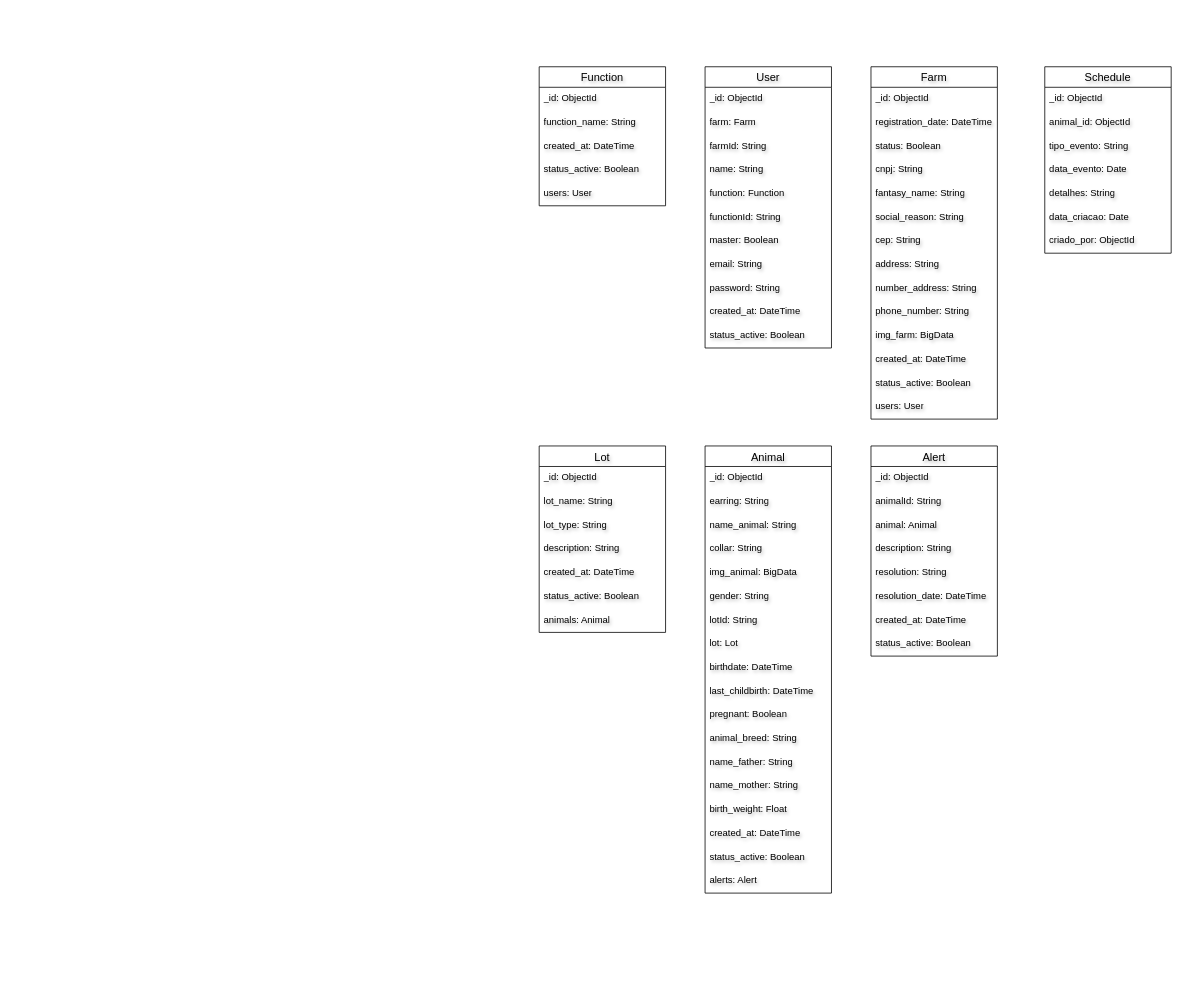
The draw.io diagram docs/NoAM.drawio in FatecFranca/DSM-G05-PI3-2024-2, before the edit. Source tidied: cells renumbered, new cells numbered last; positions are measured from the earlier drawing's top-left corner, leaving out a move shared by most shapes. Both pictures are drawn from the tidied source at 79%, with x=0, y=0 at pixel (539, 66).
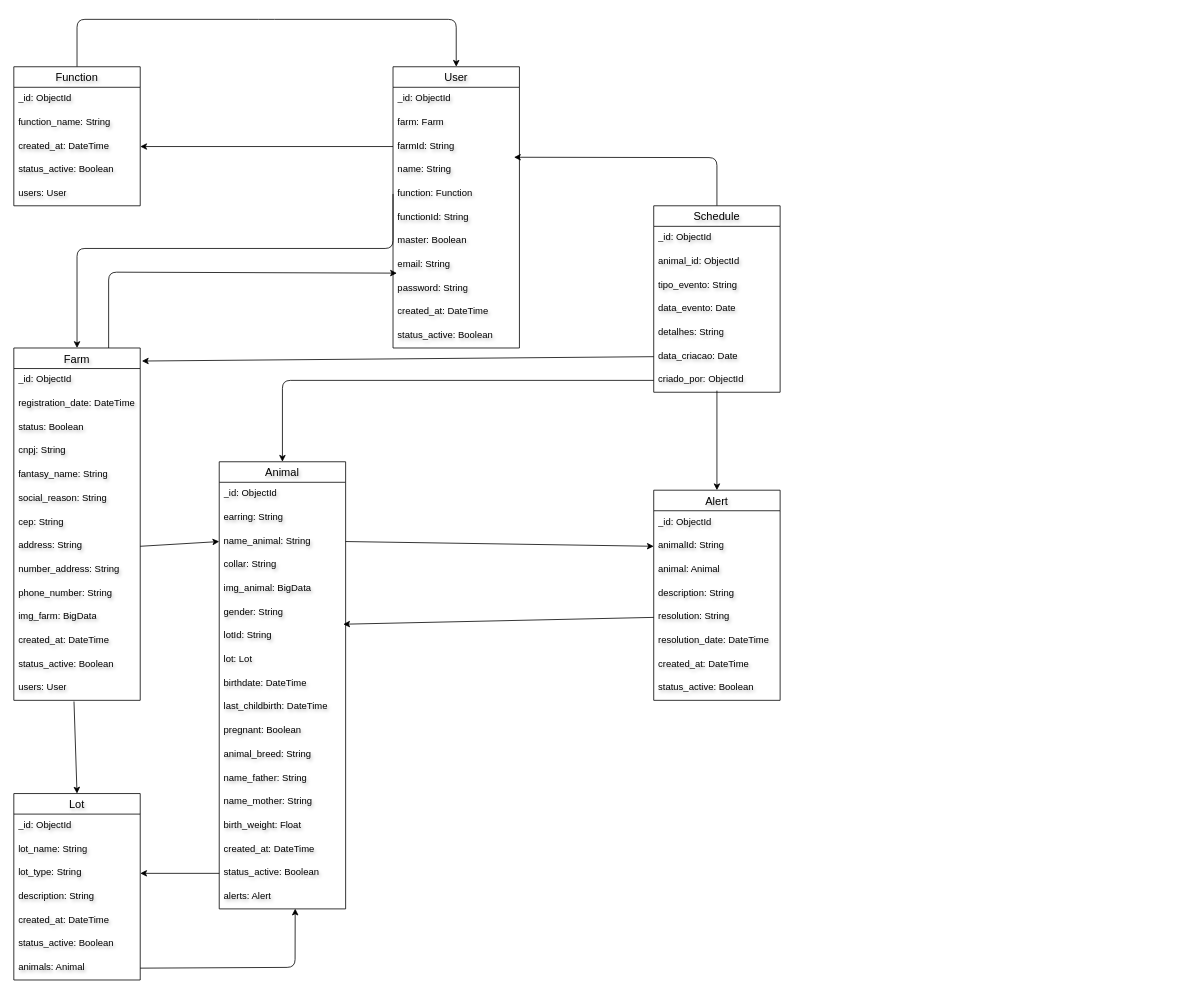
The same diagram, later.

Commit message:
Criação das conexões do banco

The change refers to these unchanged cells:
```xml
<mxCell id="5" value="farmId: String" style="text;strokeColor=none;fillColor=none;spacingLeft=4;spacingRight=4;overflow=hidden;points=[[0,0.5],[1,0.5]];portConstraint=eastwest;fontSize=12;whiteSpace=wrap;html=1;textShadow=1;" parent="2" vertex="1">
  <mxGeometry y="86" width="160" height="30" as="geometry" />
</mxCell>
<mxCell id="6" value="name: String" style="text;strokeColor=none;fillColor=none;spacingLeft=4;spacingRight=4;overflow=hidden;points=[[0,0.5],[1,0.5]];portConstraint=eastwest;fontSize=12;whiteSpace=wrap;html=1;textShadow=1;" parent="2" vertex="1">
  <mxGeometry y="116" width="160" height="30" as="geometry" />
</mxCell>
<mxCell id="7" value="function: Function" style="text;strokeColor=none;fillColor=none;spacingLeft=4;spacingRight=4;overflow=hidden;points=[[0,0.5],[1,0.5]];portConstraint=eastwest;fontSize=12;whiteSpace=wrap;html=1;textShadow=1;" parent="2" vertex="1">
  <mxGeometry y="146" width="160" height="30" as="geometry" />
</mxCell>
<mxCell id="11" value="password: String" style="text;strokeColor=none;fillColor=none;spacingLeft=4;spacingRight=4;overflow=hidden;points=[[0,0.5],[1,0.5]];portConstraint=eastwest;fontSize=12;whiteSpace=wrap;html=1;textShadow=1;" parent="2" vertex="1">
  <mxGeometry y="266" width="160" height="30" as="geometry" />
</mxCell>
<mxCell id="22" value="address: String" style="text;strokeColor=none;fillColor=none;spacingLeft=4;spacingRight=4;overflow=hidden;points=[[0,0.5],[1,0.5]];portConstraint=eastwest;fontSize=12;whiteSpace=wrap;html=1;textShadow=1;" parent="14" vertex="1">
  <mxGeometry y="236" width="160" height="30" as="geometry" />
</mxCell>
<mxCell id="28" value="users: User" style="text;strokeColor=none;fillColor=none;spacingLeft=4;spacingRight=4;overflow=hidden;points=[[0,0.5],[1,0.5]];portConstraint=eastwest;fontSize=12;whiteSpace=wrap;html=1;textShadow=1;" parent="14" vertex="1">
  <mxGeometry y="416" width="160" height="30" as="geometry" />
</mxCell>
<mxCell id="32" value="name_animal: String" style="text;strokeColor=none;fillColor=none;spacingLeft=4;spacingRight=4;overflow=hidden;points=[[0,0.5],[1,0.5]];portConstraint=eastwest;fontSize=12;whiteSpace=wrap;html=1;textShadow=1;" parent="29" vertex="1">
  <mxGeometry y="86" width="160" height="30" as="geometry" />
</mxCell>
<mxCell id="35" value="gender: String" style="text;strokeColor=none;fillColor=none;spacingLeft=4;spacingRight=4;overflow=hidden;points=[[0,0.5],[1,0.5]];portConstraint=eastwest;fontSize=12;whiteSpace=wrap;html=1;textShadow=1;" parent="29" vertex="1">
  <mxGeometry y="176" width="160" height="30" as="geometry" />
</mxCell>
<mxCell id="46" value="status_active: Boolean" style="text;strokeColor=none;fillColor=none;spacingLeft=4;spacingRight=4;overflow=hidden;points=[[0,0.5],[1,0.5]];portConstraint=eastwest;fontSize=12;whiteSpace=wrap;html=1;textShadow=1;" parent="29" vertex="1">
  <mxGeometry y="506" width="160" height="30" as="geometry" />
</mxCell>
<mxCell id="47" value="alerts: Alert" style="text;strokeColor=none;fillColor=none;spacingLeft=4;spacingRight=4;overflow=hidden;points=[[0,0.5],[1,0.5]];portConstraint=eastwest;fontSize=12;whiteSpace=wrap;html=1;textShadow=1;" parent="29" vertex="1">
  <mxGeometry y="536" width="160" height="30" as="geometry" />
</mxCell>
<mxCell id="50" value="animalId: String" style="text;strokeColor=none;fillColor=none;spacingLeft=4;spacingRight=4;overflow=hidden;points=[[0,0.5],[1,0.5]];portConstraint=eastwest;fontSize=12;whiteSpace=wrap;html=1;textShadow=1;" parent="48" vertex="1">
  <mxGeometry y="56" width="160" height="30" as="geometry" />
</mxCell>
<mxCell id="53" value="resolution: String" style="text;strokeColor=none;fillColor=none;spacingLeft=4;spacingRight=4;overflow=hidden;points=[[0,0.5],[1,0.5]];portConstraint=eastwest;fontSize=12;whiteSpace=wrap;html=1;textShadow=1;" parent="48" vertex="1">
  <mxGeometry y="146" width="160" height="30" as="geometry" />
</mxCell>
<mxCell id="63" value="data_criacao: Date" style="text;strokeColor=none;fillColor=none;spacingLeft=4;spacingRight=4;overflow=hidden;points=[[0,0.5],[1,0.5]];portConstraint=eastwest;fontSize=12;whiteSpace=wrap;html=1;textShadow=1;" parent="57" vertex="1">
  <mxGeometry y="176" width="160" height="30" as="geometry" />
</mxCell>
<mxCell id="64" value="criado_por: ObjectId" style="text;strokeColor=none;fillColor=none;spacingLeft=4;spacingRight=4;overflow=hidden;points=[[0,0.5],[1,0.5]];portConstraint=eastwest;fontSize=12;whiteSpace=wrap;html=1;textShadow=1;" parent="57" vertex="1">
  <mxGeometry y="206" width="160" height="30" as="geometry" />
</mxCell>
<mxCell id="68" value="created_at: DateTime" style="text;strokeColor=none;fillColor=none;spacingLeft=4;spacingRight=4;overflow=hidden;points=[[0,0.5],[1,0.5]];portConstraint=eastwest;fontSize=12;whiteSpace=wrap;html=1;textShadow=1;" parent="65" vertex="1">
  <mxGeometry y="86" width="160" height="30" as="geometry" />
</mxCell>
<mxCell id="74" value="lot_type: String" style="text;strokeColor=none;fillColor=none;spacingLeft=4;spacingRight=4;overflow=hidden;points=[[0,0.5],[1,0.5]];portConstraint=eastwest;fontSize=12;whiteSpace=wrap;html=1;textShadow=1;" parent="71" vertex="1">
  <mxGeometry y="86" width="160" height="30" as="geometry" />
</mxCell>
<mxCell id="78" value="animals: Animal" style="text;strokeColor=none;fillColor=none;spacingLeft=4;spacingRight=4;overflow=hidden;points=[[0,0.5],[1,0.5]];portConstraint=eastwest;fontSize=12;whiteSpace=wrap;html=1;textShadow=1;" parent="71" vertex="1">
  <mxGeometry y="206" width="160" height="30" as="geometry" />
</mxCell>
```

What changed in the source:
```diff
@@
     <mxCell id="2" value="User" style="swimlane;fontStyle=0;horizontal=1;startSize=26;align=center;fontSize=14;textShadow=1;" parent="1" vertex="1">
-      <mxGeometry x="210" width="160" height="356" as="geometry" />
+      <mxGeometry x="-185" width="160" height="356" as="geometry" />
     </mxCell>
@@
+    <mxCell id="79" style="edgeStyle=none;html=1;exitX=0.75;exitY=0;exitDx=0;exitDy=0;entryX=0.031;entryY=-0.159;entryDx=0;entryDy=0;entryPerimeter=0;" parent="1" edge="1" source="14" target="11">
+      <mxGeometry relative="1" as="geometry">
+        <Array as="points">
+          <mxPoint x="-545" y="260" />
+        </Array>
+      </mxGeometry>
+    </mxCell>
     <mxCell id="14" value="Farm" style="swimlane;fontStyle=0;horizontal=1;startSize=26;align=center;fontSize=14;textShadow=1;" parent="1" vertex="1">
-      <mxGeometry x="420" width="160" height="446" as="geometry" />
+      <mxGeometry x="-665" y="356" width="160" height="446" as="geometry" />
     </mxCell>
@@
     <mxCell id="29" value="Animal " style="swimlane;fontStyle=0;horizontal=1;startSize=26;align=center;fontSize=14;textShadow=1;" parent="1" vertex="1">
-      <mxGeometry x="210" y="480" width="160" height="566" as="geometry" />
+      <mxGeometry x="-405" y="500" width="160" height="566" as="geometry" />
     </mxCell>
@@
     <mxCell id="48" value="Alert" style="swimlane;fontStyle=0;horizontal=1;startSize=26;align=center;fontSize=14;textShadow=1;" parent="1" vertex="1">
-      <mxGeometry x="420" y="480" width="160" height="266" as="geometry" />
+      <mxGeometry x="145" y="536" width="160" height="266" as="geometry" />
     </mxCell>
@@
+    <mxCell id="80" style="edgeStyle=none;html=1;exitX=0.5;exitY=0;exitDx=0;exitDy=0;entryX=0.957;entryY=-0.048;entryDx=0;entryDy=0;entryPerimeter=0;" parent="1" edge="1" source="57" target="6">
+      <mxGeometry relative="1" as="geometry">
+        <Array as="points">
+          <mxPoint x="225" y="115" />
+        </Array>
+      </mxGeometry>
+    </mxCell>
     <mxCell id="57" value="Schedule" style="swimlane;fontStyle=0;horizontal=1;startSize=26;align=center;fontSize=14;textShadow=1;" parent="1" vertex="1">
-      <mxGeometry x="640" width="160" height="236" as="geometry" />
+      <mxGeometry x="145" y="176" width="160" height="236" as="geometry" />
     </mxCell>
@@
+    <mxCell id="81" style="edgeStyle=none;html=1;exitX=0.5;exitY=0;exitDx=0;exitDy=0;entryX=0.5;entryY=0;entryDx=0;entryDy=0;" parent="1" edge="1" source="65" target="2">
+      <mxGeometry relative="1" as="geometry">
+        <Array as="points">
+          <mxPoint x="-585" y="-60" />
+          <mxPoint x="-345" y="-60" />
+          <mxPoint x="-105" y="-60" />
+        </Array>
+      </mxGeometry>
+    </mxCell>
     <mxCell id="65" value="Function" style="swimlane;fontStyle=0;horizontal=1;startSize=26;align=center;fontSize=14;textShadow=1;" parent="1" vertex="1">
-      <mxGeometry width="160" height="176" as="geometry" />
+      <mxGeometry x="-665" width="160" height="176" as="geometry" />
     </mxCell>
@@
     <mxCell id="71" value="Lot" style="swimlane;fontStyle=0;horizontal=1;startSize=26;align=center;fontSize=14;textShadow=1;" parent="1" vertex="1">
-      <mxGeometry y="480" width="160" height="236" as="geometry" />
+      <mxGeometry x="-665" y="920" width="160" height="236" as="geometry" />
     </mxCell>
@@
+    <mxCell id="82" style="edgeStyle=none;html=1;exitX=0;exitY=0.5;exitDx=0;exitDy=0;entryX=1;entryY=0.5;entryDx=0;entryDy=0;" parent="1" edge="1" source="5" target="68">
+      <mxGeometry relative="1" as="geometry" />
+    </mxCell>
+    <mxCell id="83" style="edgeStyle=none;html=1;exitX=0;exitY=0.5;exitDx=0;exitDy=0;entryX=0.5;entryY=0;entryDx=0;entryDy=0;" parent="1" edge="1" source="7" target="14">
+      <mxGeometry relative="1" as="geometry">
+        <Array as="points">
+          <mxPoint x="-185" y="230" />
+          <mxPoint x="-585" y="230" />
+        </Array>
+      </mxGeometry>
+    </mxCell>
+    <mxCell id="84" style="edgeStyle=none;html=1;exitX=0;exitY=0.5;exitDx=0;exitDy=0;entryX=1.013;entryY=0.037;entryDx=0;entryDy=0;entryPerimeter=0;" parent="1" edge="1" source="63" target="14">
+      <mxGeometry relative="1" as="geometry" />
+    </mxCell>
+    <mxCell id="85" style="edgeStyle=none;html=1;entryX=0.5;entryY=0;entryDx=0;entryDy=0;" parent="1" edge="1" target="48">
+      <mxGeometry relative="1" as="geometry">
+        <mxPoint x="225" y="410" as="sourcePoint" />
+      </mxGeometry>
+    </mxCell>
+    <mxCell id="86" style="edgeStyle=none;html=1;exitX=0;exitY=0.5;exitDx=0;exitDy=0;entryX=0.5;entryY=0;entryDx=0;entryDy=0;" parent="1" edge="1" source="64" target="29">
+      <mxGeometry relative="1" as="geometry">
+        <Array as="points">
+          <mxPoint x="-325" y="397" />
+        </Array>
+      </mxGeometry>
+    </mxCell>
+    <mxCell id="87" style="edgeStyle=none;html=1;exitX=1;exitY=0.5;exitDx=0;exitDy=0;entryX=0;entryY=0.5;entryDx=0;entryDy=0;" parent="1" edge="1" source="32" target="50">
+      <mxGeometry relative="1" as="geometry" />
+    </mxCell>
+    <mxCell id="88" style="edgeStyle=none;html=1;exitX=0;exitY=0.5;exitDx=0;exitDy=0;entryX=0.981;entryY=0.989;entryDx=0;entryDy=0;entryPerimeter=0;" parent="1" edge="1" source="53" target="35">
+      <mxGeometry relative="1" as="geometry" />
+    </mxCell>
+    <mxCell id="89" style="edgeStyle=none;html=1;exitX=1;exitY=0.5;exitDx=0;exitDy=0;entryX=0;entryY=0.5;entryDx=0;entryDy=0;" parent="1" edge="1" source="22" target="32">
+      <mxGeometry relative="1" as="geometry" />
+    </mxCell>
+    <mxCell id="90" style="edgeStyle=none;html=1;exitX=0.476;exitY=1.048;exitDx=0;exitDy=0;entryX=0.5;entryY=0;entryDx=0;entryDy=0;exitPerimeter=0;" parent="1" edge="1" source="28" target="71">
+      <mxGeometry relative="1" as="geometry" />
+    </mxCell>
+    <mxCell id="91" style="edgeStyle=none;html=1;exitX=1;exitY=0.5;exitDx=0;exitDy=0;entryX=0.601;entryY=0.989;entryDx=0;entryDy=0;entryPerimeter=0;" parent="1" edge="1" source="78" target="47">
+      <mxGeometry relative="1" as="geometry">
+        <Array as="points">
+          <mxPoint x="-309" y="1140" />
+        </Array>
+      </mxGeometry>
+    </mxCell>
+    <mxCell id="92" style="edgeStyle=none;html=1;exitX=0;exitY=0.5;exitDx=0;exitDy=0;entryX=1;entryY=0.5;entryDx=0;entryDy=0;" parent="1" edge="1" source="46" target="74">
+      <mxGeometry relative="1" as="geometry" />
+    </mxCell>
```
